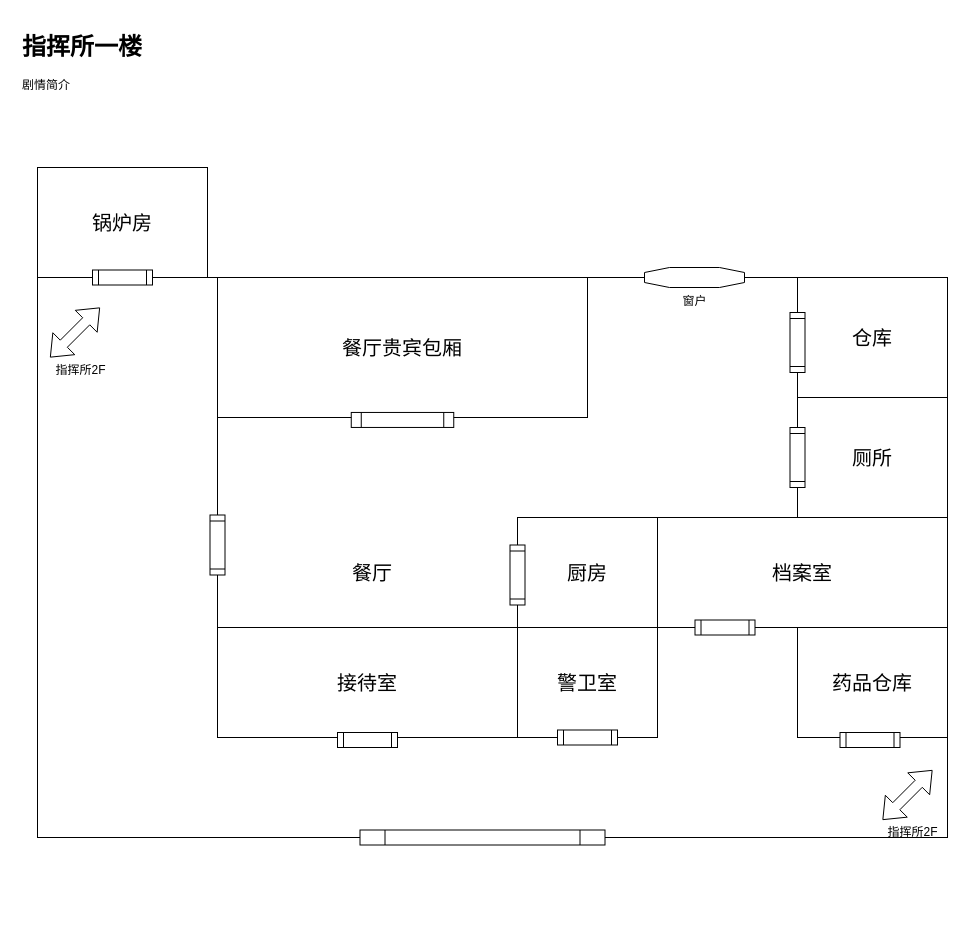
This is page "指挥所1楼平面图" (2 of 3) of Tools/LevelDesignUML/LevelDesignExample .drawio from kwh3884858/Hippocampus, a draw.io file, before an edit. Source tidied: cells renumbered, new cells numbered last; positions are measured from the earlier drawing's top-left corner, leaving out a move shared by most shapes. Both pictures are drawn from the tidied source at 100%, with x=0, y=0 at pixel (17, 27).
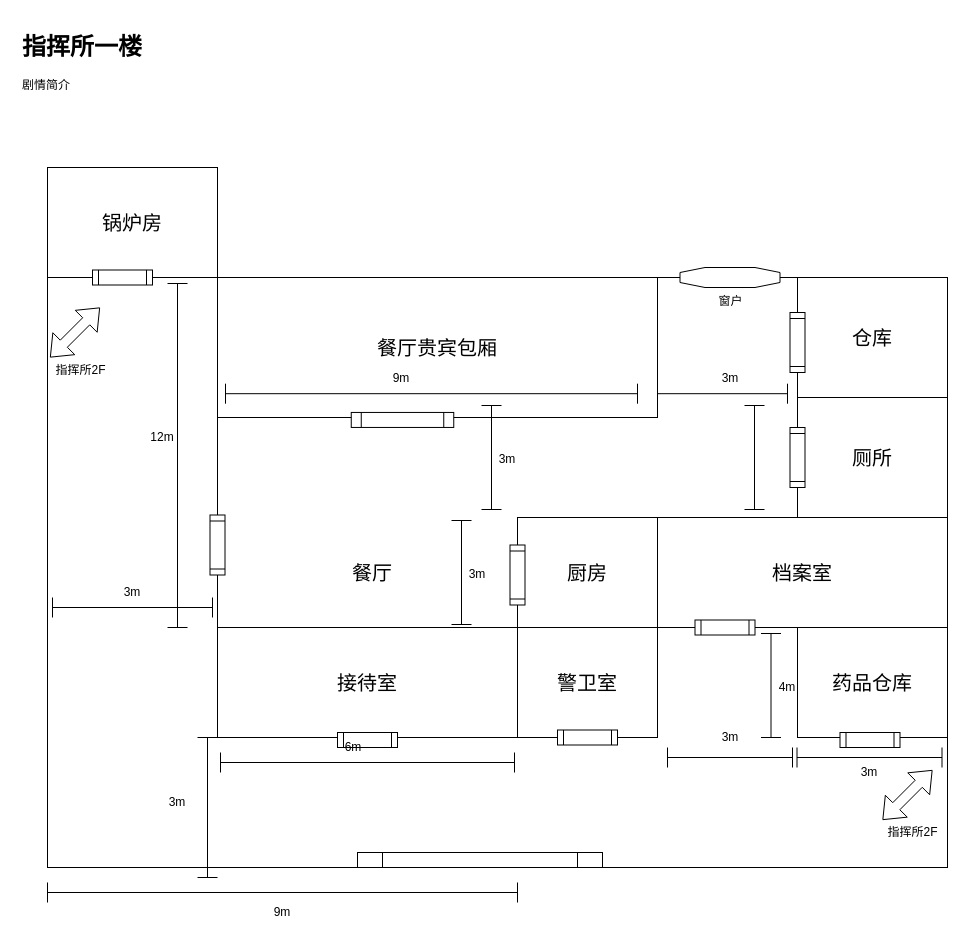
The same diagram, later.

Change to the diagram source:
```diff
@@
     <mxCell id="2" style="rounded=0;whiteSpace=wrap;html=1;" parent="1" vertex="1">
-      <mxGeometry x="20" y="250" width="910" height="560" as="geometry" />
+      <mxGeometry x="30" y="250" width="900" height="590" as="geometry" />
     </mxCell>
     <mxCell id="3" value="&lt;span style=&quot;font-size: 20px&quot;&gt;餐厅贵宾包厢&lt;/span&gt;" style="rounded=0;whiteSpace=wrap;html=1;" parent="1" vertex="1">
-      <mxGeometry x="200" y="250" width="370" height="140" as="geometry" />
+      <mxGeometry x="200" y="250" width="440" height="140" as="geometry" />
     </mxCell>
@@
     <mxCell id="26" style="shape=process;whiteSpace=wrap;html=1;backgroundOutline=1;rotation=90;direction=south;" parent="1" vertex="1">
-      <mxGeometry x="457.5" y="687.5" width="15" height="245" as="geometry" />
+      <mxGeometry x="455" y="710" width="15" height="245" as="geometry" />
     </mxCell>
     <mxCell id="27" value="&lt;span style=&quot;font-size: 20px&quot;&gt;锅炉房&lt;/span&gt;" style="rounded=0;whiteSpace=wrap;html=1;" parent="1" vertex="1">
-      <mxGeometry x="20" y="140" width="170" height="110" as="geometry" />
+      <mxGeometry x="30" y="140" width="170" height="110" as="geometry" />
     </mxCell>
@@
     <mxCell id="29" value="窗户" style="verticalLabelPosition=bottom;verticalAlign=top;html=1;shape=mxgraph.basic.polygon;polyCoords=[[0.25,0],[0.75,0],[1,0.25],[1,0.75],[0.75,1],[0.25,1],[0,0.75],[0,0.25]];polyline=0;" parent="1" vertex="1">
-      <mxGeometry x="627" y="240" width="100" height="20" as="geometry" />
+      <mxGeometry x="662.5" y="240" width="100" height="20" as="geometry" />
     </mxCell>
@@
+    <mxCell id="31" style="shape=crossbar;whiteSpace=wrap;html=1;rounded=1;direction=south;" parent="1" vertex="1">
+      <mxGeometry x="180" y="710" width="20" height="140" as="geometry" />
+    </mxCell>
+    <mxCell id="32" value="3m" style="text;html=1;strokeColor=none;fillColor=none;align=center;verticalAlign=middle;whiteSpace=wrap;rounded=0;direction=south;" parent="1" vertex="1">
+      <mxGeometry x="150" y="755" width="20" height="40" as="geometry" />
+    </mxCell>
+    <mxCell id="33" style="shape=crossbar;whiteSpace=wrap;html=1;rounded=1;" parent="1" vertex="1">
+      <mxGeometry x="35" y="570" width="160" height="20" as="geometry" />
+    </mxCell>
+    <mxCell id="34" value="3m" style="text;html=1;strokeColor=none;fillColor=none;align=center;verticalAlign=middle;whiteSpace=wrap;rounded=0;" parent="1" vertex="1">
+      <mxGeometry x="95" y="555" width="40" height="20" as="geometry" />
+    </mxCell>
+    <mxCell id="35" value="3m" style="text;html=1;strokeColor=none;fillColor=none;align=center;verticalAlign=middle;whiteSpace=wrap;rounded=0;" parent="1" vertex="1">
+      <mxGeometry x="832" y="735" width="40" height="20" as="geometry" />
+    </mxCell>
+    <mxCell id="36" style="shape=crossbar;whiteSpace=wrap;html=1;rounded=1;" parent="1" vertex="1">
+      <mxGeometry x="779.5" y="720" width="145" height="20" as="geometry" />
+    </mxCell>
+    <mxCell id="37" value="3m" style="text;html=1;strokeColor=none;fillColor=none;align=center;verticalAlign=middle;whiteSpace=wrap;rounded=0;" parent="1" vertex="1">
+      <mxGeometry x="692.5" y="700" width="40" height="20" as="geometry" />
+    </mxCell>
+    <mxCell id="38" style="shape=crossbar;whiteSpace=wrap;html=1;rounded=1;" parent="1" vertex="1">
+      <mxGeometry x="650" y="720" width="125" height="20" as="geometry" />
+    </mxCell>
+    <mxCell id="39" style="shape=crossbar;whiteSpace=wrap;html=1;rounded=1;" parent="1" vertex="1">
+      <mxGeometry x="203" y="725" width="294" height="20" as="geometry" />
+    </mxCell>
+    <mxCell id="40" value="6m" style="text;html=1;strokeColor=none;fillColor=none;align=center;verticalAlign=middle;whiteSpace=wrap;rounded=0;" parent="1" vertex="1">
+      <mxGeometry x="316" y="710" width="40" height="20" as="geometry" />
+    </mxCell>
+    <mxCell id="41" style="shape=crossbar;whiteSpace=wrap;html=1;rounded=1;" parent="1" vertex="1">
+      <mxGeometry x="208" y="356.2" width="412" height="20" as="geometry" />
+    </mxCell>
+    <mxCell id="42" value="9m" style="text;html=1;strokeColor=none;fillColor=none;align=center;verticalAlign=middle;whiteSpace=wrap;rounded=0;" parent="1" vertex="1">
+      <mxGeometry x="364" y="341.2" width="40" height="20" as="geometry" />
+    </mxCell>
+    <mxCell id="43" style="shape=crossbar;whiteSpace=wrap;html=1;rounded=1;" parent="1" vertex="1">
+      <mxGeometry x="640" y="356.2" width="130" height="20" as="geometry" />
+    </mxCell>
+    <mxCell id="44" value="3m" style="text;html=1;strokeColor=none;fillColor=none;align=center;verticalAlign=middle;whiteSpace=wrap;rounded=0;" parent="1" vertex="1">
+      <mxGeometry x="692.5" y="341.2" width="40" height="20" as="geometry" />
+    </mxCell>
+    <mxCell id="45" style="shape=crossbar;whiteSpace=wrap;html=1;rounded=1;direction=south;" parent="1" vertex="1">
+      <mxGeometry x="727" y="378" width="20" height="104" as="geometry" />
+    </mxCell>
+    <mxCell id="46" value="3m" style="text;html=1;strokeColor=none;fillColor=none;align=center;verticalAlign=middle;whiteSpace=wrap;rounded=0;direction=south;" parent="1" vertex="1">
+      <mxGeometry x="480" y="412" width="20" height="40" as="geometry" />
+    </mxCell>
+    <mxCell id="47" style="shape=crossbar;whiteSpace=wrap;html=1;rounded=1;direction=south;" parent="1" vertex="1">
+      <mxGeometry x="743.5" y="606" width="20" height="104" as="geometry" />
+    </mxCell>
+    <mxCell id="48" value="4m" style="text;html=1;strokeColor=none;fillColor=none;align=center;verticalAlign=middle;whiteSpace=wrap;rounded=0;direction=south;" parent="1" vertex="1">
+      <mxGeometry x="759.5" y="640" width="20" height="40" as="geometry" />
+    </mxCell>
+    <mxCell id="49" style="shape=crossbar;whiteSpace=wrap;html=1;rounded=1;direction=south;" parent="1" vertex="1">
+      <mxGeometry x="434" y="493" width="20" height="104" as="geometry" />
+    </mxCell>
+    <mxCell id="50" value="3m" style="text;html=1;strokeColor=none;fillColor=none;align=center;verticalAlign=middle;whiteSpace=wrap;rounded=0;direction=south;" parent="1" vertex="1">
+      <mxGeometry x="450" y="527" width="20" height="40" as="geometry" />
+    </mxCell>
+    <mxCell id="51" style="shape=crossbar;whiteSpace=wrap;html=1;rounded=1;direction=south;" parent="1" vertex="1">
+      <mxGeometry x="464" y="378" width="20" height="104" as="geometry" />
+    </mxCell>
+    <mxCell id="52" style="shape=crossbar;whiteSpace=wrap;html=1;rounded=1;direction=south;" parent="1" vertex="1">
+      <mxGeometry x="150" y="256" width="20" height="344" as="geometry" />
+    </mxCell>
+    <mxCell id="53" value="12m" style="text;html=1;strokeColor=none;fillColor=none;align=center;verticalAlign=middle;whiteSpace=wrap;rounded=0;direction=south;" parent="1" vertex="1">
+      <mxGeometry x="135" y="390" width="20" height="40" as="geometry" />
+    </mxCell>
+    <mxCell id="54" style="shape=crossbar;whiteSpace=wrap;html=1;rounded=1;" parent="1" vertex="1">
+      <mxGeometry x="30" y="855" width="470" height="20" as="geometry" />
+    </mxCell>
+    <mxCell id="55" value="9m" style="text;html=1;strokeColor=none;fillColor=none;align=center;verticalAlign=middle;whiteSpace=wrap;rounded=0;" parent="1" vertex="1">
+      <mxGeometry x="245" y="875" width="40" height="20" as="geometry" />
+    </mxCell>
```
